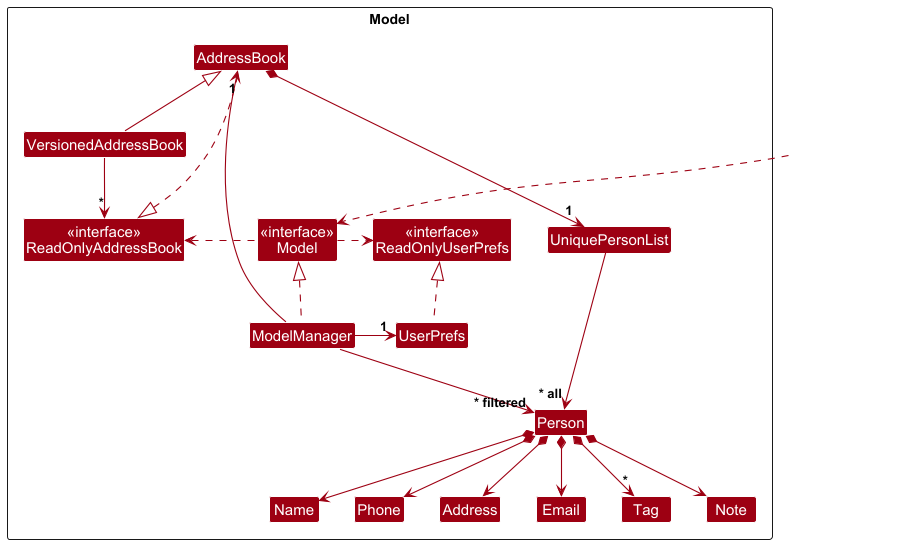
Earlier version of the PlantUML export docs/images/ModelClassDiagram.png (carineang/tp).
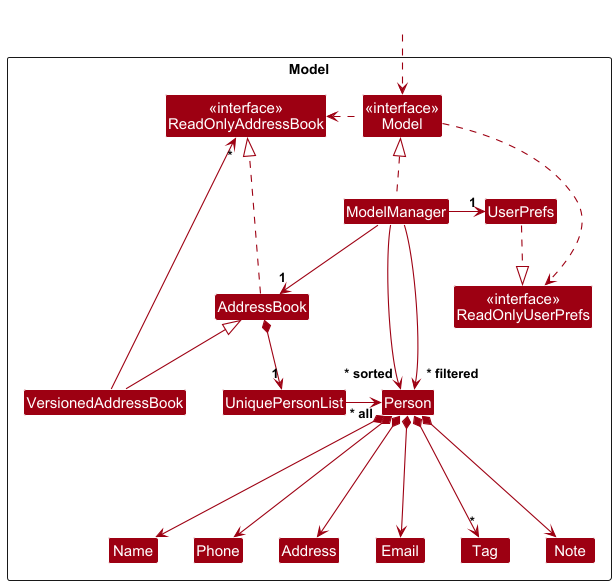
The same diagram one commit later.

The edit, as a diff of the source:
```diff
@@ -28,28 +28,29 @@
 Class HiddenOutside #FFFFFF
 HiddenOutside ..> Model
 
-AddressBook .up.|> ReadOnlyAddressBook
+AddressBook ..|> ReadOnlyAddressBook
 
 ModelManager .up.|> Model
-Model .right.> ReadOnlyUserPrefs
+Model ..> ReadOnlyUserPrefs
 Model .left.> ReadOnlyAddressBook
-ModelManager -left-> "1" AddressBook
+ModelManager --> "1" AddressBook
 ModelManager -right-> "1" UserPrefs
-ModelManager --> "~* filtered" Person
-UserPrefs .up.|> ReadOnlyUserPrefs
+ModelManager -left-> "~* filtered" Person
+ModelManager -right-> "~* sorted" Person
+UserPrefs ..|> ReadOnlyUserPrefs
 
 AddressBook <|-- VersionedAddressBook
 AddressBook *--> "1" UniquePersonList
-UniquePersonList --> "~* all" Person
-Person *--> Name
-Person *--> Phone
-Person *--> Email
-Person *--> Address
-Person *--> "*" Tag
-Person *--> Note
+UniquePersonList --right-> "~* all" Person
+Person *--down-> Name
+Person *--down-> Phone
+Person *--down-> Email
+Person *--down-> Address
+Person *--down-> "*" Tag
+Person *--down-> Note
 
-Person -[hidden]up--> I
-UniquePersonList -[hidden]right-> I
+Person -[hidden]--> I
+UniquePersonList -[hidden]-> I
 
 Name -[hidden]right-> Phone
 Phone -[hidden]right-> Address
```
